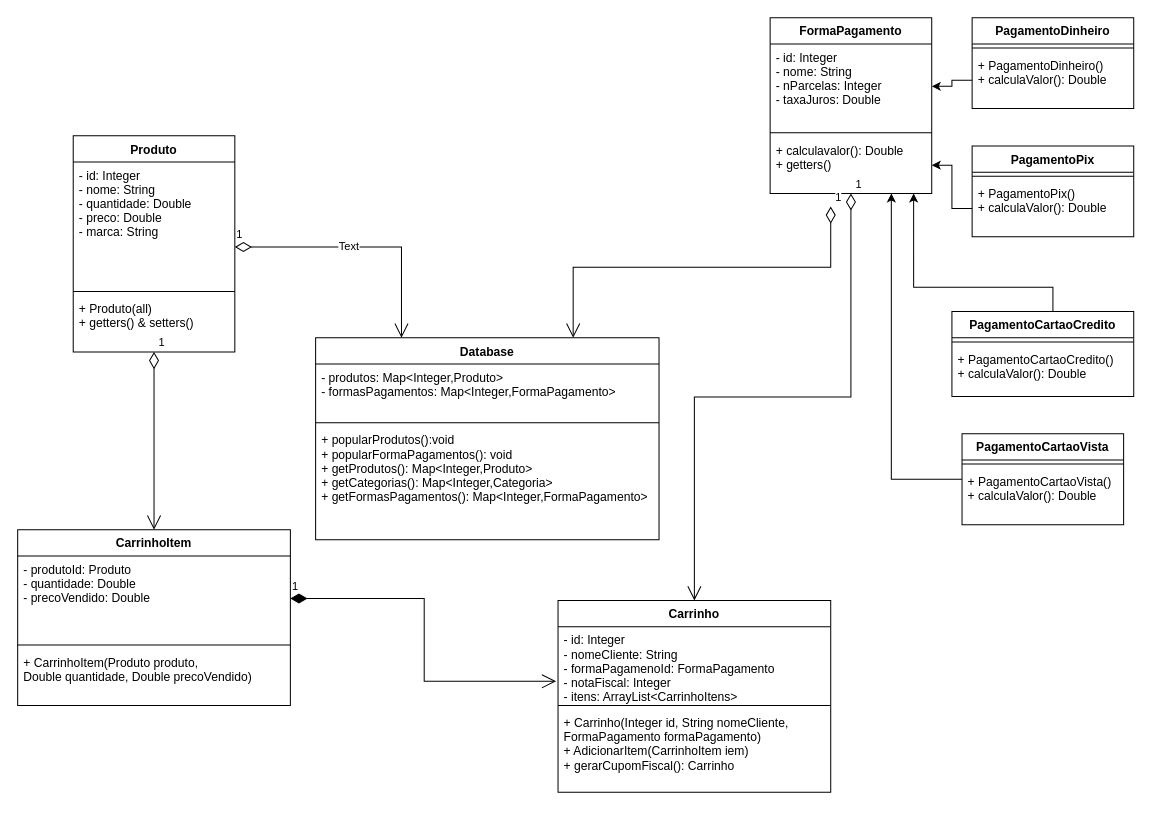
Earlier version of the draw.io diagram Desafio1.drawio (jonaslucenafilho/PanStore). Source tidied: cells renumbered, new cells numbered last; positions are measured from the earlier drawing's top-left corner, leaving out a move shared by most shapes. Both pictures are drawn from the tidied source at 101%, with x=0, y=0 at pixel (17, 17).
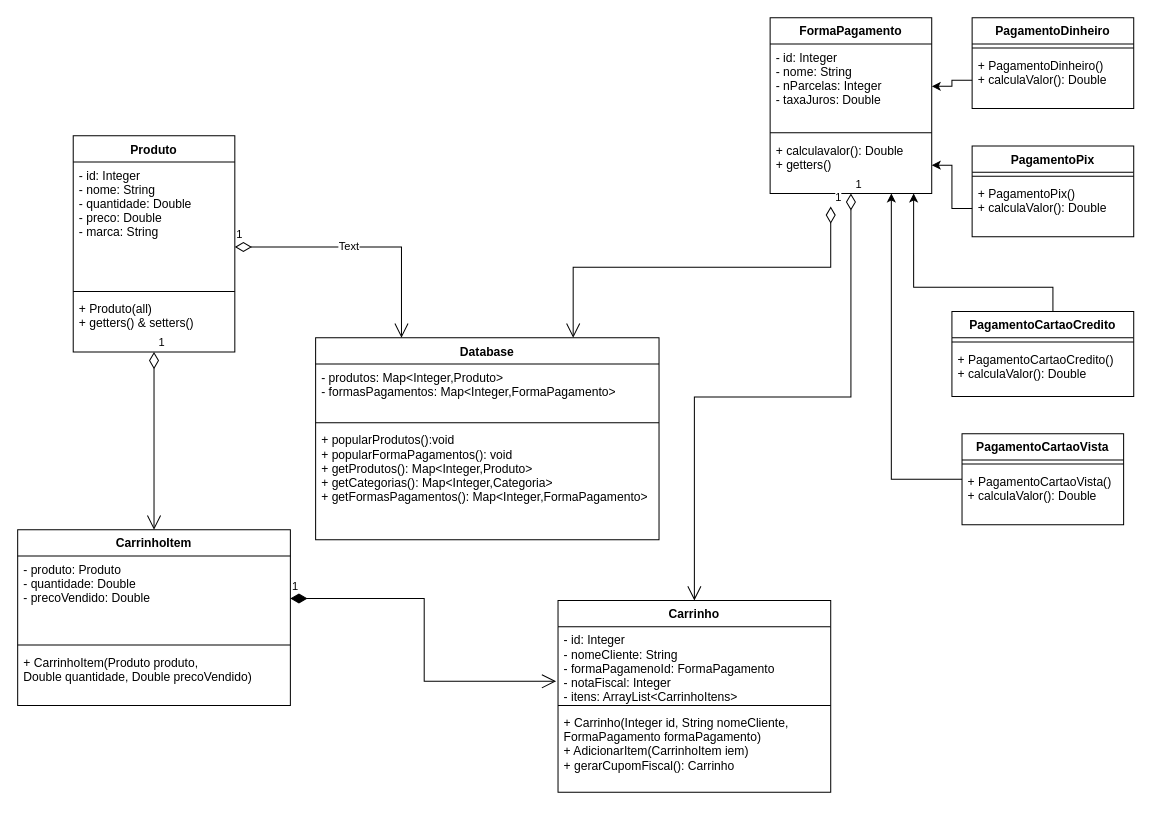
The same diagram, later.

Commit message (it also covers changes not shown here):
trocado produtoId para produto na classe CarrinhoItem no diagrama e implementado a classe abstrata FormaDePagamento

The change refers to these unchanged cells:
```xml
<mxCell id="21" value="CarrinhoItem" style="swimlane;fontStyle=1;align=center;verticalAlign=top;horizontal=1;startSize=26;" parent="1" vertex="1">
  <mxGeometry y="507" width="270" height="174" as="geometry" />
</mxCell>
```

Diff of the diagram source:
```diff
@@
-    <mxCell id="22" value="- produtoId: Produto&#10;- quantidade: Double&#10;- precoVendido: Double&#10;" style="text;strokeColor=none;fillColor=none;align=left;verticalAlign=top;spacingLeft=4;spacingRight=4;overflow=hidden;points=[[0,0.5],[1,0.5]];portConstraint=eastwest;" parent="21" vertex="1">
+    <mxCell id="22" value="- produto: Produto&#10;- quantidade: Double&#10;- precoVendido: Double&#10;" style="text;strokeColor=none;fillColor=none;align=left;verticalAlign=top;spacingLeft=4;spacingRight=4;overflow=hidden;points=[[0,0.5],[1,0.5]];portConstraint=eastwest;" parent="21" vertex="1">
       <mxGeometry y="26" width="270" height="84" as="geometry" />
     </mxCell>
```
